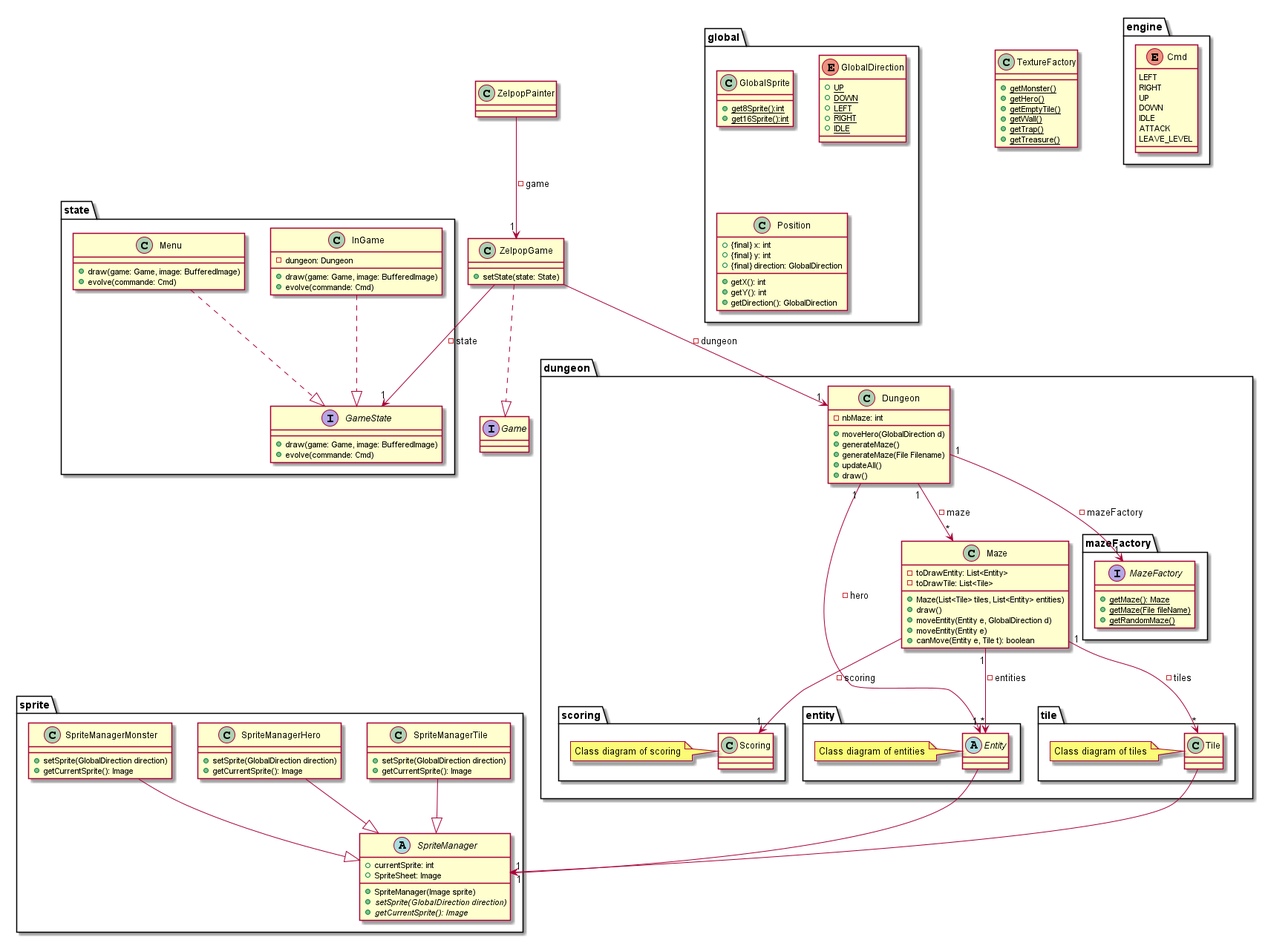
This is doc/second_sprint/diagrams/class/global.png from Reynault/ACL_2019_Zelpop, a PlantUML export, as it was before one commit.
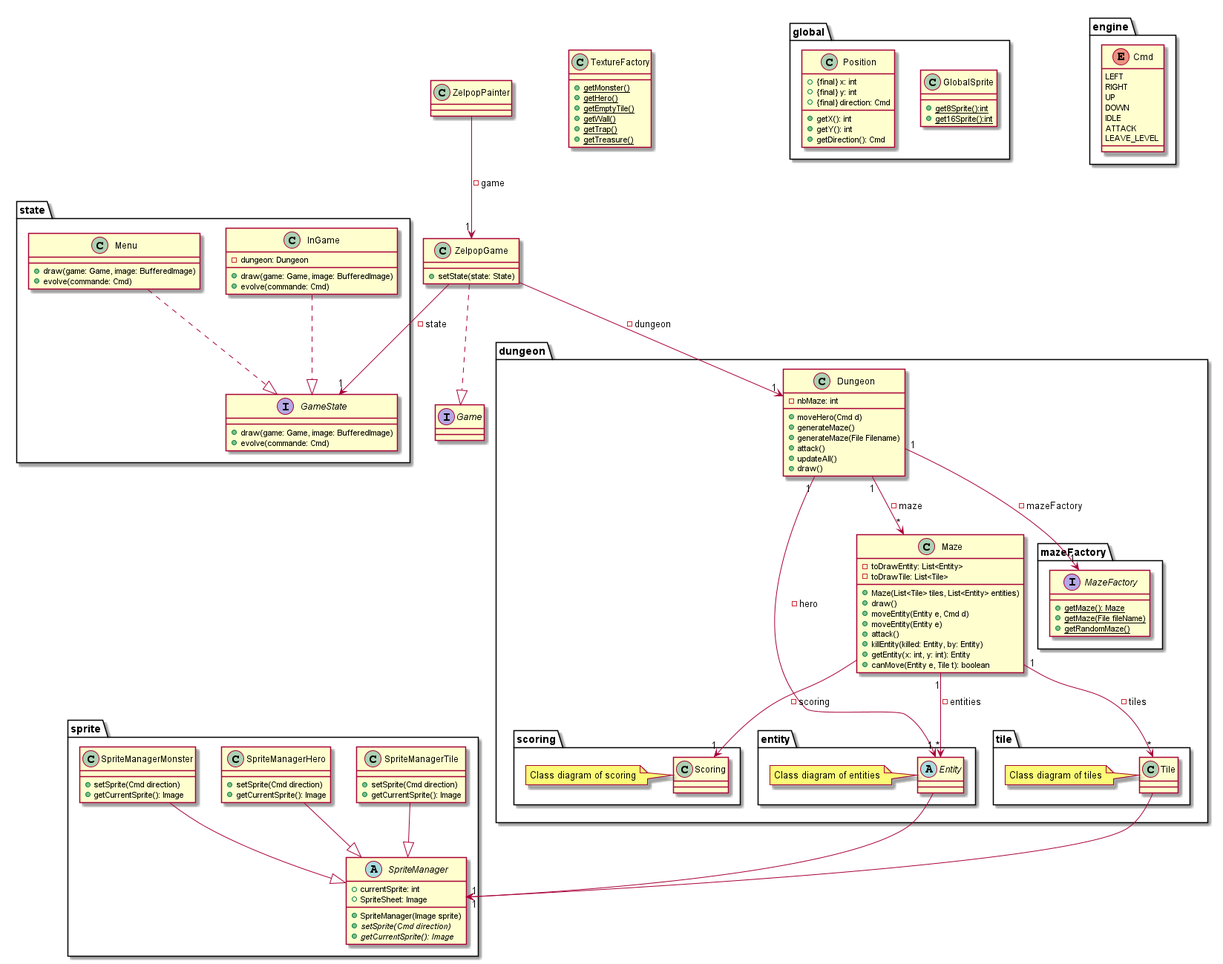
After the commit.

Change to the diagram source:
```diff
@@ -31,9 +31,10 @@
 
     class Dungeon{
         - nbMaze: int
-        + moveHero(GlobalDirection d)
+        + moveHero(Cmd d)
         + generateMaze()
         + generateMaze(File Filename)
+        + attack()
         + updateAll()
         + draw()
     }
@@ -43,8 +44,11 @@
         - toDrawTile: List<Tile>
         + Maze(List<Tile> tiles, List<Entity> entities)
         + draw()
-        + moveEntity(Entity e, GlobalDirection d)
+        + moveEntity(Entity e, Cmd d)
         + moveEntity(Entity e)
+        + attack()
+        + killEntity(killed: Entity, by: Entity)
+        + getEntity(x: int, y: int): Entity
         + canMove(Entity e, Tile t): boolean
     }
 
@@ -110,22 +114,22 @@
         + currentSprite: int
         + SpriteSheet: Image
         + SpriteManager(Image sprite)
-        + {abstract} setSprite(GlobalDirection direction)
+        + {abstract} setSprite(Cmd direction)
         + {abstract} getCurrentSprite(): Image
     }
 
     class SpriteManagerHero{
-        + setSprite(GlobalDirection direction)
+        + setSprite(Cmd direction)
         + getCurrentSprite(): Image
     }
 
     class SpriteManagerMonster{
-        + setSprite(GlobalDirection direction)
+        + setSprite(Cmd direction)
         + getCurrentSprite(): Image
     }
 
     class SpriteManagerTile{
-        + setSprite(GlobalDirection direction)
+        + setSprite(Cmd direction)
         + getCurrentSprite(): Image
     }
 
@@ -142,21 +146,13 @@
         + {static} get16Sprite():int
     }
 
-    enum GlobalDirection{
-        + {static} UP
-        + {static} DOWN
-        + {static} LEFT
-        + {static} RIGHT
-        + {static} IDLE
-    }
-
     class Position{
         + {final} x: int
         + {final} y: int
-        + {final} direction: GlobalDirection
+        + {final} direction: Cmd
         + getX(): int
         + getY(): int
-        + getDirection(): GlobalDirection
+        + getDirection(): Cmd
     }
 
 }
```
